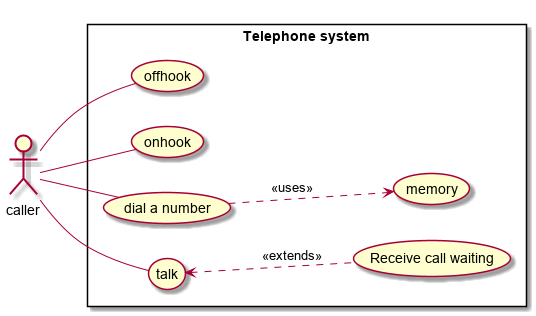
The PlantUML diagram use case diagram/telephone system.png in 03376808-OOAD/plantuml-diagram, before a commit. The source it was exported from:
```plantuml
@startuml
left to right direction
actor caller
rectangle "Telephone system"{
caller -- (offhook)
caller -- (onhook)
caller -- (dial a number)
(dial a number) ..> (memory) : <<uses>>
caller -- (talk)
(talk) <.. (Receive call waiting) : <<extends>>


}



@enduml
```
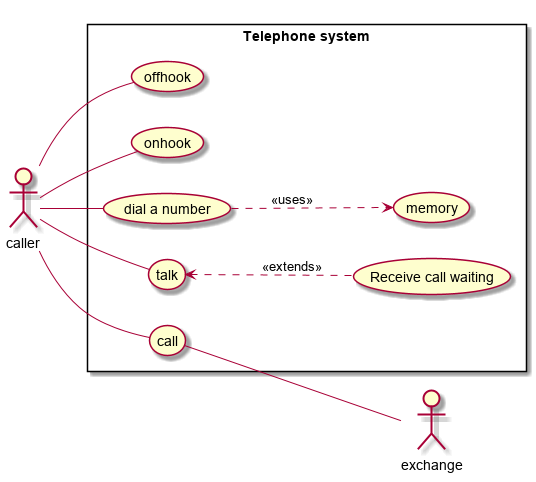
After the commit.

Change to the diagram source:
```diff
@@ -1,6 +1,7 @@
 @startuml
 left to right direction
 actor caller
+actor exchange
 rectangle "Telephone system"{
 caller -- (offhook)
 caller -- (onhook)
@@ -8,8 +9,8 @@
 (dial a number) ..> (memory) : <<uses>>
 caller -- (talk)
 (talk) <.. (Receive call waiting) : <<extends>>
-
-
+caller -- (call)
+(call) -- exchange
 }
 
 
```
